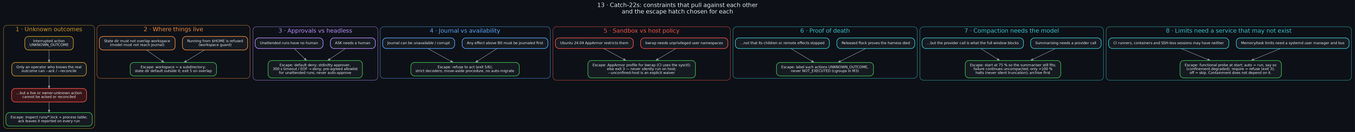
Above: docs/diagrams/13_catch22s.png in danindiana/malyutka (Graphviz), before the change. Its source is kept beside it as docs/diagrams/13_catch22s.dot.
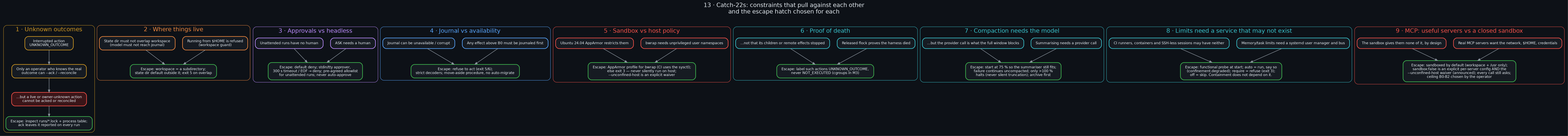
After the change.

What changed in the source:
```diff
@@ -45,4 +45,9 @@
       h2 [label="CI runners, containers and SSH-less sessions may have neither", color="#39c5cf"];
       h3 [label="Escape: functional probe at start; auto = run, say so\n(confinement.degraded); require = refuse (exit 3);\noff = skip. Containment does not depend on it.", color="#3fb950"];
       h1 -> h3; h2 -> h3; }
+    subgraph cluster_i { label="9 · MCP: useful servers vs a closed sandbox"; fontcolor="#f85149"; color="#f85149"; style="rounded";
+      i1 [label="Real MCP servers want the network, $HOME, credentials", color="#f85149"];
+      i2 [label="The sandbox gives them none of it, by design", color="#f85149"];
+      i3 [label="Escape: sandboxed by default (workspace + /usr only);\nsandbox:false is an explicit per-server config AND the\n--unconfined-host waiver (announced); every call still asks;\nceiling B0-B2 chosen by the operator", color="#3fb950"];
+      i1 -> i3; i2 -> i3; }
 }
```
